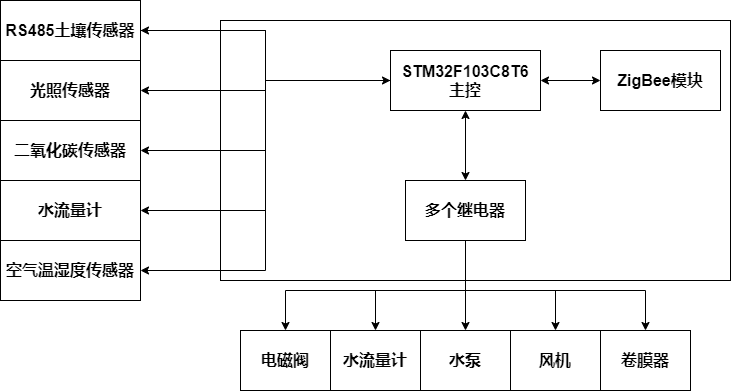
Earlier version of the draw.io export 设计方块图.png (jiejiehuang113/Precise-irrigation). Source tidied: cells renumbered, new cells last; positions are measured from the earlier drawing's top-left corner, leaving out a move shared by most shapes.
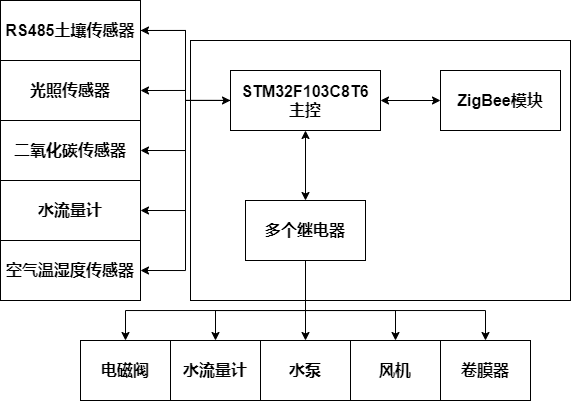
Above is the later version.

Commit message:
Update 设计方块图.png

The edit, as a diff of the source:
```diff
@@ -3,7 +3,7 @@
     <mxCell id="0" />
     <mxCell id="1" parent="0" />
     <mxCell id="2" style="rounded=0;whiteSpace=wrap;html=1;fontSize=17;" parent="1" vertex="1">
-      <mxGeometry x="220" y="20" width="510" height="260" as="geometry" />
+      <mxGeometry x="350" y="20" width="380" height="260" as="geometry" />
     </mxCell>
     <mxCell id="3" style="edgeStyle=orthogonalEdgeStyle;rounded=0;jettySize=auto;html=1;entryX=1;entryY=0.5;entryDx=0;entryDy=0;fontSize=16;" parent="1" edge="1" source="8" target="24">
       <mxGeometry relative="1" as="geometry" />
@@ -71,37 +71,37 @@
       <mxGeometry relative="1" as="geometry" />
     </mxCell>
     <mxCell id="18" value="电磁阀" style="rounded=0;whiteSpace=wrap;html=1;fontSize=16;fontStyle=1;" parent="1" vertex="1">
-      <mxGeometry x="240" y="330" width="90" height="60" as="geometry" />
+      <mxGeometry x="240" y="320" width="90" height="60" as="geometry" />
     </mxCell>
     <mxCell id="19" value="水流量计" style="rounded=0;whiteSpace=wrap;html=1;fontSize=16;fontStyle=1;" parent="1" vertex="1">
-      <mxGeometry x="330" y="330" width="90" height="60" as="geometry" />
+      <mxGeometry x="330" y="320" width="90" height="60" as="geometry" />
     </mxCell>
     <mxCell id="20" value="水泵" style="rounded=0;whiteSpace=wrap;html=1;fontSize=16;fontStyle=1;" parent="1" vertex="1">
-      <mxGeometry x="420" y="330" width="90" height="60" as="geometry" />
+      <mxGeometry x="420" y="320" width="90" height="60" as="geometry" />
     </mxCell>
     <mxCell id="21" value="风机" style="rounded=0;whiteSpace=wrap;html=1;fontSize=16;fontStyle=1;" parent="1" vertex="1">
-      <mxGeometry x="510" y="330" width="90" height="60" as="geometry" />
+      <mxGeometry x="510" y="320" width="90" height="60" as="geometry" />
     </mxCell>
     <mxCell id="22" value="卷膜器" style="rounded=0;whiteSpace=wrap;html=1;fontSize=16;fontStyle=1;" parent="1" vertex="1">
-      <mxGeometry x="600" y="330" width="90" height="60" as="geometry" />
+      <mxGeometry x="600" y="320" width="90" height="60" as="geometry" />
     </mxCell>
     <mxCell id="23" style="edgeStyle=orthogonalEdgeStyle;rounded=0;jettySize=auto;html=1;entryX=0;entryY=0.5;entryDx=0;entryDy=0;fontSize=16;" parent="1" edge="1" source="24" target="8">
       <mxGeometry relative="1" as="geometry" />
     </mxCell>
-    <mxCell id="24" value="RS485土壤传感器" style="rounded=0;whiteSpace=wrap;html=1;fontSize=16;fontStyle=1;" parent="1" vertex="1">
-      <mxGeometry width="140" height="60" as="geometry" />
+    <mxCell id="24" value="RS485土壤传感器" style="rounded=0;whiteSpace=wrap;html=1;fontSize=16;fontStyle=1;labelBackgroundColor=#ffffff;" parent="1" vertex="1">
+      <mxGeometry x="160" y="-20" width="140" height="60" as="geometry" />
     </mxCell>
-    <mxCell id="25" value="光照传感器" style="rounded=0;whiteSpace=wrap;html=1;fontSize=16;fontStyle=1;" parent="1" vertex="1">
-      <mxGeometry y="60" width="140" height="60" as="geometry" />
+    <mxCell id="25" value="光照传感器" style="rounded=0;whiteSpace=wrap;html=1;fontSize=16;fontStyle=1;labelBackgroundColor=#ffffff;" parent="1" vertex="1">
+      <mxGeometry x="160" y="40" width="140" height="60" as="geometry" />
     </mxCell>
-    <mxCell id="26" value="二氧化碳传感器" style="rounded=0;whiteSpace=wrap;html=1;fontSize=16;fontStyle=1;" parent="1" vertex="1">
-      <mxGeometry y="120" width="140" height="60" as="geometry" />
+    <mxCell id="26" value="二氧化碳传感器" style="rounded=0;whiteSpace=wrap;html=1;fontSize=16;fontStyle=1;labelBackgroundColor=#ffffff;" parent="1" vertex="1">
+      <mxGeometry x="160" y="100" width="140" height="60" as="geometry" />
     </mxCell>
-    <mxCell id="27" value="水流量计" style="rounded=0;whiteSpace=wrap;html=1;fontSize=16;fontStyle=1;" parent="1" vertex="1">
-      <mxGeometry y="180" width="140" height="60" as="geometry" />
+    <mxCell id="27" value="水流量计" style="rounded=0;whiteSpace=wrap;html=1;fontSize=16;fontStyle=1;labelBackgroundColor=#ffffff;" parent="1" vertex="1">
+      <mxGeometry x="160" y="160" width="140" height="60" as="geometry" />
     </mxCell>
-    <mxCell id="28" value="空气温湿度传感器" style="rounded=0;whiteSpace=wrap;html=1;fontSize=16;fontStyle=1;" parent="1" vertex="1">
-      <mxGeometry y="240" width="140" height="60" as="geometry" />
+    <mxCell id="28" value="空气温湿度传感器" style="rounded=0;whiteSpace=wrap;html=1;fontSize=16;fontStyle=1;labelBackgroundColor=#ffffff;" parent="1" vertex="1">
+      <mxGeometry x="160" y="220" width="140" height="60" as="geometry" />
     </mxCell>
   </root>
 </mxGraphModel>
```
